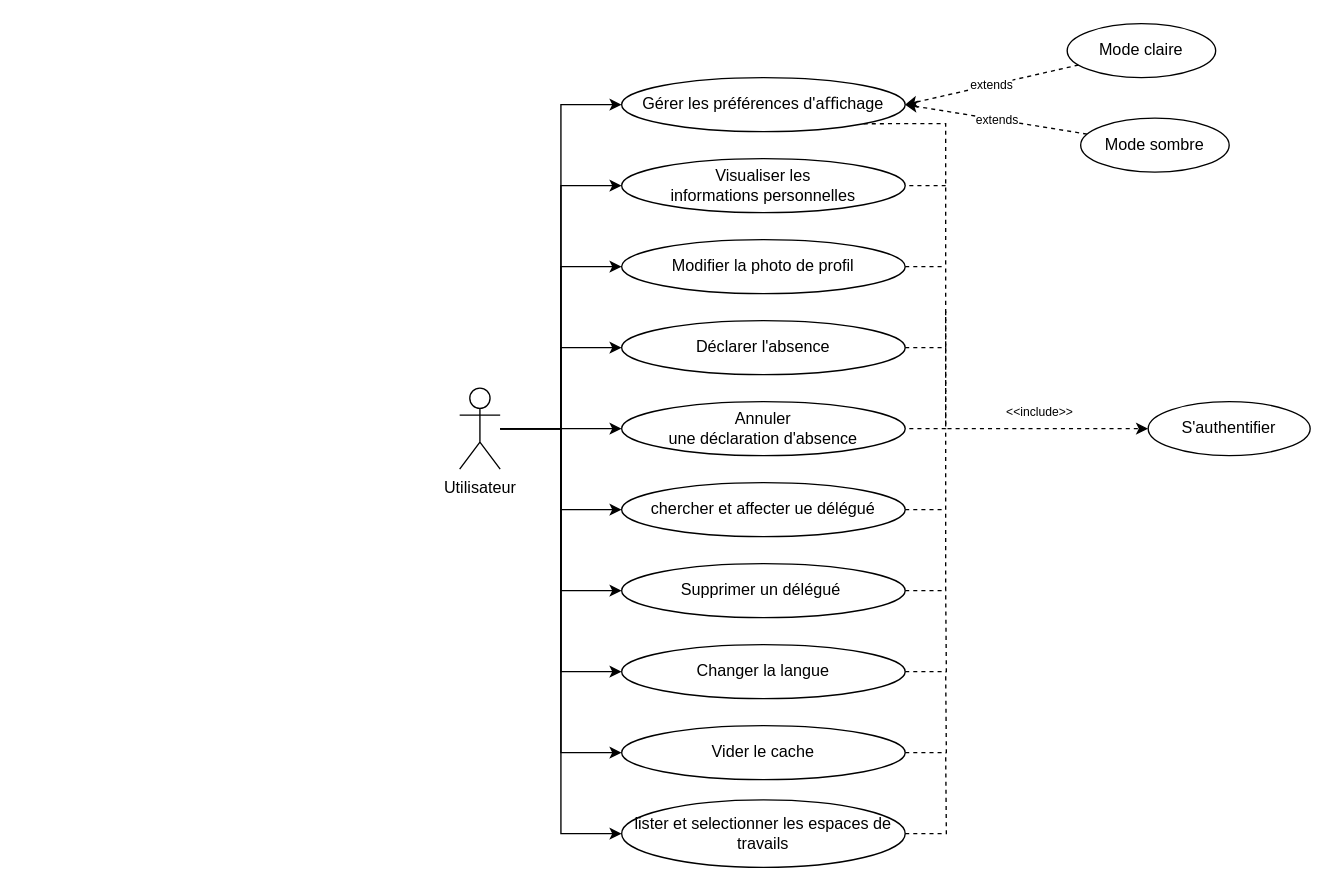
Before: UseCaseSprint6.drawio in PFE-Neoledge-2023/rapport, a draw.io diagram. Source tidied: cells renumbered, new cells numbered last; positions are measured from the earlier drawing's top-left corner, leaving out a move shared by most shapes. Both pictures are drawn from the tidied source at 135%, with x=0, y=0 at pixel (459, 23).
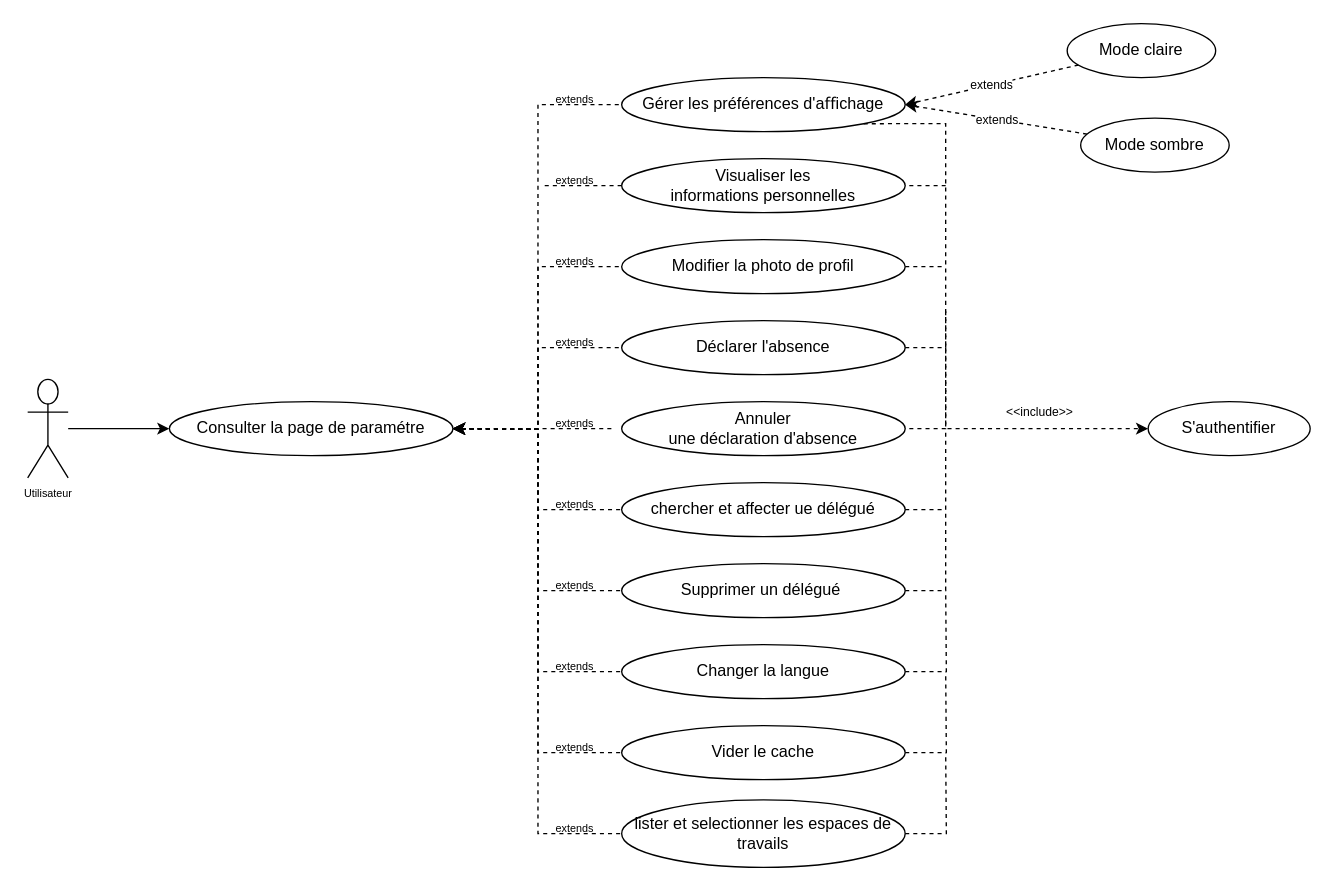
The same diagram, later.

The change refers to these unchanged cells:
```xml
<mxCell id="14" value="&lt;div&gt;Gérer les&amp;nbsp;&lt;span style=&quot;background-color: initial;&quot;&gt;préférences&amp;nbsp;&lt;/span&gt;&lt;span style=&quot;background-color: initial;&quot;&gt;d'aﬀichage&lt;/span&gt;&lt;/div&gt;" style="ellipse;whiteSpace=wrap;html=1;" parent="1" vertex="1">
  <mxGeometry x="120" y="40" width="210" height="40" as="geometry" />
</mxCell>
<mxCell id="20" value="&lt;div&gt;Visualiser l&lt;span style=&quot;background-color: initial;&quot;&gt;es informations&amp;nbsp;&lt;/span&gt;&lt;span style=&quot;background-color: initial;&quot;&gt;personnelles&lt;/span&gt;&lt;/div&gt;" style="ellipse;whiteSpace=wrap;html=1;" parent="1" vertex="1">
  <mxGeometry x="120" y="100" width="210" height="40" as="geometry" />
</mxCell>
<mxCell id="22" value="&lt;div&gt;Modifier&amp;nbsp;&lt;span style=&quot;background-color: initial;&quot;&gt;la photo de profil&lt;/span&gt;&lt;/div&gt;" style="ellipse;whiteSpace=wrap;html=1;" parent="1" vertex="1">
  <mxGeometry x="120" y="160" width="210" height="40" as="geometry" />
</mxCell>
<mxCell id="24" value="&lt;div&gt;Déclarer&amp;nbsp;&lt;span style=&quot;background-color: initial;&quot;&gt;l'absence&lt;/span&gt;&lt;/div&gt;" style="ellipse;whiteSpace=wrap;html=1;" parent="1" vertex="1">
  <mxGeometry x="120" y="220" width="210" height="40" as="geometry" />
</mxCell>
<mxCell id="26" value="&lt;div&gt;Annuler&lt;/div&gt;&lt;div&gt;une déclara&lt;span style=&quot;background-color: initial;&quot;&gt;tion d'absence&lt;/span&gt;&lt;/div&gt;" style="ellipse;whiteSpace=wrap;html=1;" parent="1" vertex="1">
  <mxGeometry x="120" y="280" width="210" height="40" as="geometry" />
</mxCell>
<mxCell id="27" value="&lt;div&gt;chercher et af&lt;span style=&quot;background-color: initial;&quot;&gt;fecter ue dé&lt;/span&gt;&lt;span style=&quot;background-color: initial;&quot;&gt;légué&lt;/span&gt;&lt;/div&gt;" style="ellipse;whiteSpace=wrap;html=1;" parent="1" vertex="1">
  <mxGeometry x="120" y="340" width="210" height="40" as="geometry" />
</mxCell>
<mxCell id="32" value="&lt;div&gt;Supprimer un délégué&amp;nbsp;&lt;/div&gt;" style="ellipse;whiteSpace=wrap;html=1;" parent="1" vertex="1">
  <mxGeometry x="120" y="400" width="210" height="40" as="geometry" />
</mxCell>
<mxCell id="34" value="Changer la langue" style="ellipse;whiteSpace=wrap;html=1;" parent="1" vertex="1">
  <mxGeometry x="120" y="460" width="210" height="40" as="geometry" />
</mxCell>
<mxCell id="36" value="Vider le cache" style="ellipse;whiteSpace=wrap;html=1;" parent="1" vertex="1">
  <mxGeometry x="120" y="520" width="210" height="40" as="geometry" />
</mxCell>
<mxCell id="38" value="lister et selectionner les espaces de travails" style="ellipse;whiteSpace=wrap;html=1;" parent="1" vertex="1">
  <mxGeometry x="120" y="575" width="210" height="50" as="geometry" />
</mxCell>
```

What changed in the source:
```diff
@@
-    <mxCell id="2" style="edgeStyle=orthogonalEdgeStyle;html=1;entryX=0;entryY=0.5;entryDx=0;entryDy=0;rounded=0;" parent="1" edge="1" source="12" target="14">
-      <mxGeometry relative="1" as="geometry" />
+    <mxCell id="2" style="edgeStyle=orthogonalEdgeStyle;html=1;entryX=0;entryY=0.5;entryDx=0;entryDy=0;rounded=0;dashed=1;startArrow=classic;startFill=1;endArrow=none;endFill=0;" parent="1" edge="1" target="14">
+      <mxGeometry relative="1" as="geometry">
+        <mxPoint x="-5" y="300" as="sourcePoint" />
+      </mxGeometry>
     </mxCell>
-    <mxCell id="3" style="edgeStyle=orthogonalEdgeStyle;html=1;entryX=0;entryY=0.5;entryDx=0;entryDy=0;rounded=0;" parent="1" edge="1" source="12" target="20">
-      <mxGeometry relative="1" as="geometry" />
-    </mxCell>
-    <mxCell id="4" style="edgeStyle=orthogonalEdgeStyle;html=1;entryX=0;entryY=0.5;entryDx=0;entryDy=0;rounded=0;" parent="1" edge="1" source="12" target="22">
-      <mxGeometry relative="1" as="geometry" />
+    <mxCell id="4" style="edgeStyle=orthogonalEdgeStyle;html=1;entryX=0;entryY=0.5;entryDx=0;entryDy=0;rounded=0;dashed=1;startArrow=classic;startFill=1;endArrow=none;endFill=0;" parent="1" edge="1" target="22">
+      <mxGeometry relative="1" as="geometry">
+        <mxPoint x="-5" y="300" as="sourcePoint" />
+      </mxGeometry>
     </mxCell>
-    <mxCell id="5" style="edgeStyle=orthogonalEdgeStyle;html=1;entryX=0;entryY=0.5;entryDx=0;entryDy=0;rounded=0;" parent="1" edge="1" source="12" target="24">
-      <mxGeometry relative="1" as="geometry" />
+    <mxCell id="5" style="edgeStyle=orthogonalEdgeStyle;html=1;entryX=0;entryY=0.5;entryDx=0;entryDy=0;rounded=0;dashed=1;startArrow=classic;startFill=1;endArrow=none;endFill=0;" parent="1" edge="1" target="24">
+      <mxGeometry relative="1" as="geometry">
+        <mxPoint x="-5" y="300" as="sourcePoint" />
+      </mxGeometry>
     </mxCell>
-    <mxCell id="6" style="edgeStyle=orthogonalEdgeStyle;html=1;entryX=0;entryY=0.5;entryDx=0;entryDy=0;rounded=0;" parent="1" edge="1" source="12" target="26">
-      <mxGeometry relative="1" as="geometry" />
+    <mxCell id="6" style="edgeStyle=orthogonalEdgeStyle;html=1;entryX=0;entryY=0.5;entryDx=0;entryDy=0;rounded=0;dashed=1;startArrow=classic;startFill=1;endArrow=none;endFill=0;" parent="1" edge="1">
+      <mxGeometry relative="1" as="geometry">
+        <mxPoint x="-5" y="300" as="sourcePoint" />
+        <mxPoint x="115" y="300" as="targetPoint" />
+      </mxGeometry>
     </mxCell>
-    <mxCell id="7" style="edgeStyle=orthogonalEdgeStyle;html=1;entryX=0;entryY=0.5;entryDx=0;entryDy=0;rounded=0;" parent="1" edge="1" source="12" target="27">
-      <mxGeometry relative="1" as="geometry" />
+    <mxCell id="7" style="edgeStyle=orthogonalEdgeStyle;html=1;entryX=0;entryY=0.5;entryDx=0;entryDy=0;rounded=0;dashed=1;startArrow=classic;startFill=1;endArrow=none;endFill=0;" parent="1" edge="1" target="27">
+      <mxGeometry relative="1" as="geometry">
+        <mxPoint x="-5" y="300" as="sourcePoint" />
+      </mxGeometry>
     </mxCell>
-    <mxCell id="8" style="rounded=0;html=1;entryX=0;entryY=0.5;entryDx=0;entryDy=0;fontSize=9;startArrow=none;startFill=0;endArrow=classic;endFill=1;edgeStyle=orthogonalEdgeStyle;" parent="1" edge="1" source="12" target="32">
-      <mxGeometry relative="1" as="geometry" />
+    <mxCell id="8" style="rounded=0;html=1;entryX=0;entryY=0.5;entryDx=0;entryDy=0;fontSize=9;startArrow=classic;startFill=1;endArrow=none;endFill=0;edgeStyle=orthogonalEdgeStyle;dashed=1;" parent="1" edge="1" target="32">
+      <mxGeometry relative="1" as="geometry">
+        <mxPoint x="-5" y="300" as="sourcePoint" />
+      </mxGeometry>
     </mxCell>
-    <mxCell id="9" style="edgeStyle=orthogonalEdgeStyle;rounded=0;html=1;entryX=0;entryY=0.5;entryDx=0;entryDy=0;fontSize=9;startArrow=none;startFill=0;endArrow=classic;endFill=1;" parent="1" edge="1" source="12" target="36">
-      <mxGeometry relative="1" as="geometry" />
+    <mxCell id="9" style="edgeStyle=orthogonalEdgeStyle;rounded=0;html=1;entryX=0;entryY=0.5;entryDx=0;entryDy=0;fontSize=9;startArrow=classic;startFill=1;endArrow=none;endFill=0;dashed=1;" parent="1" edge="1" target="36">
+      <mxGeometry relative="1" as="geometry">
+        <mxPoint x="-5" y="300" as="sourcePoint" />
+      </mxGeometry>
     </mxCell>
-    <mxCell id="10" style="edgeStyle=orthogonalEdgeStyle;rounded=0;html=1;entryX=0;entryY=0.5;entryDx=0;entryDy=0;fontSize=9;startArrow=none;startFill=0;endArrow=classic;endFill=1;" parent="1" edge="1" source="12" target="34">
-      <mxGeometry relative="1" as="geometry" />
+    <mxCell id="10" style="edgeStyle=orthogonalEdgeStyle;rounded=0;html=1;entryX=0;entryY=0.5;entryDx=0;entryDy=0;fontSize=9;startArrow=classic;startFill=1;endArrow=none;endFill=0;dashed=1;" parent="1" edge="1" target="34">
+      <mxGeometry relative="1" as="geometry">
+        <mxPoint x="-5" y="300" as="sourcePoint" />
+      </mxGeometry>
     </mxCell>
-    <mxCell id="11" style="edgeStyle=orthogonalEdgeStyle;rounded=0;html=1;entryX=0;entryY=0.5;entryDx=0;entryDy=0;endArrow=classic;endFill=1;" parent="1" edge="1" source="12" target="38">
-      <mxGeometry relative="1" as="geometry" />
+    <mxCell id="11" style="edgeStyle=orthogonalEdgeStyle;rounded=0;html=1;entryX=0;entryY=0.5;entryDx=0;entryDy=0;endArrow=none;endFill=0;dashed=1;startArrow=classic;startFill=1;" parent="1" edge="1" target="38">
+      <mxGeometry relative="1" as="geometry">
+        <mxPoint x="-5" y="300" as="sourcePoint" />
+      </mxGeometry>
     </mxCell>
-    <mxCell id="12" value="Utilisateur" style="shape=umlActor;verticalLabelPosition=bottom;verticalAlign=top;html=1;outlineConnect=0;" parent="1" vertex="1">
-      <mxGeometry y="270" width="30" height="60" as="geometry" />
-    </mxCell>
@@
+    <mxCell id="39" style="edgeStyle=orthogonalEdgeStyle;rounded=0;html=1;exitX=0;exitY=0.5;exitDx=0;exitDy=0;dashed=1;startArrow=none;startFill=0;endArrow=none;endFill=0;" parent="1" edge="1" source="20">
+      <mxGeometry relative="1" as="geometry">
+        <mxPoint x="60" y="120" as="targetPoint" />
+      </mxGeometry>
+    </mxCell>
@@
+    <mxCell id="40" value="Consulter la page de paramétre" style="ellipse;whiteSpace=wrap;html=1;" parent="1" vertex="1">
+      <mxGeometry x="-215" y="280" width="210" height="40" as="geometry" />
+    </mxCell>
+    <mxCell id="41" value="extends" style="text;html=1;align=center;verticalAlign=middle;strokeColor=none;fillColor=none;fontSize=8;" parent="1" vertex="1">
+      <mxGeometry x="60" y="586" width="50" height="20" as="geometry" />
+    </mxCell>
+    <mxCell id="42" value="extends" style="text;html=1;align=center;verticalAlign=middle;strokeColor=none;fillColor=none;fontSize=8;" parent="1" vertex="1">
+      <mxGeometry x="60" y="526" width="50" height="20" as="geometry" />
+    </mxCell>
+    <mxCell id="43" value="extends" style="text;html=1;align=center;verticalAlign=middle;strokeColor=none;fillColor=none;fontSize=8;" parent="1" vertex="1">
+      <mxGeometry x="60" y="466" width="50" height="20" as="geometry" />
+    </mxCell>
+    <mxCell id="44" value="extends" style="text;html=1;align=center;verticalAlign=middle;strokeColor=none;fillColor=none;fontSize=8;" parent="1" vertex="1">
+      <mxGeometry x="60" y="406" width="50" height="20" as="geometry" />
+    </mxCell>
+    <mxCell id="45" value="extends" style="text;html=1;align=center;verticalAlign=middle;strokeColor=none;fillColor=none;fontSize=8;" parent="1" vertex="1">
+      <mxGeometry x="60" y="346" width="50" height="20" as="geometry" />
+    </mxCell>
+    <mxCell id="46" value="extends" style="text;html=1;align=center;verticalAlign=middle;strokeColor=none;fillColor=none;fontSize=8;" parent="1" vertex="1">
+      <mxGeometry x="60" y="286" width="50" height="20" as="geometry" />
+    </mxCell>
+    <mxCell id="47" value="extends" style="text;html=1;align=center;verticalAlign=middle;strokeColor=none;fillColor=none;fontSize=8;" parent="1" vertex="1">
+      <mxGeometry x="60" y="226" width="50" height="20" as="geometry" />
+    </mxCell>
+    <mxCell id="48" value="extends" style="text;html=1;align=center;verticalAlign=middle;strokeColor=none;fillColor=none;fontSize=8;" parent="1" vertex="1">
+      <mxGeometry x="60" y="166" width="50" height="20" as="geometry" />
+    </mxCell>
+    <mxCell id="49" value="extends" style="text;html=1;align=center;verticalAlign=middle;strokeColor=none;fillColor=none;fontSize=8;" parent="1" vertex="1">
+      <mxGeometry x="60" y="106" width="50" height="20" as="geometry" />
+    </mxCell>
+    <mxCell id="50" value="extends" style="text;html=1;align=center;verticalAlign=middle;strokeColor=none;fillColor=none;fontSize=8;" parent="1" vertex="1">
+      <mxGeometry x="60" y="46" width="50" height="20" as="geometry" />
+    </mxCell>
+    <mxCell id="51" style="edgeStyle=orthogonalEdgeStyle;rounded=0;html=1;entryX=0;entryY=0.5;entryDx=0;entryDy=0;fontSize=8;startArrow=none;startFill=0;endArrow=classic;endFill=1;" parent="1" edge="1" source="12" target="40">
+      <mxGeometry relative="1" as="geometry" />
+    </mxCell>
+    <mxCell id="12" value="Utilisateur" style="shape=umlActor;verticalLabelPosition=bottom;verticalAlign=top;html=1;fontSize=8;" parent="1" vertex="1">
+      <mxGeometry x="-320" y="263.5" width="30" height="73" as="geometry" />
+    </mxCell>
```
